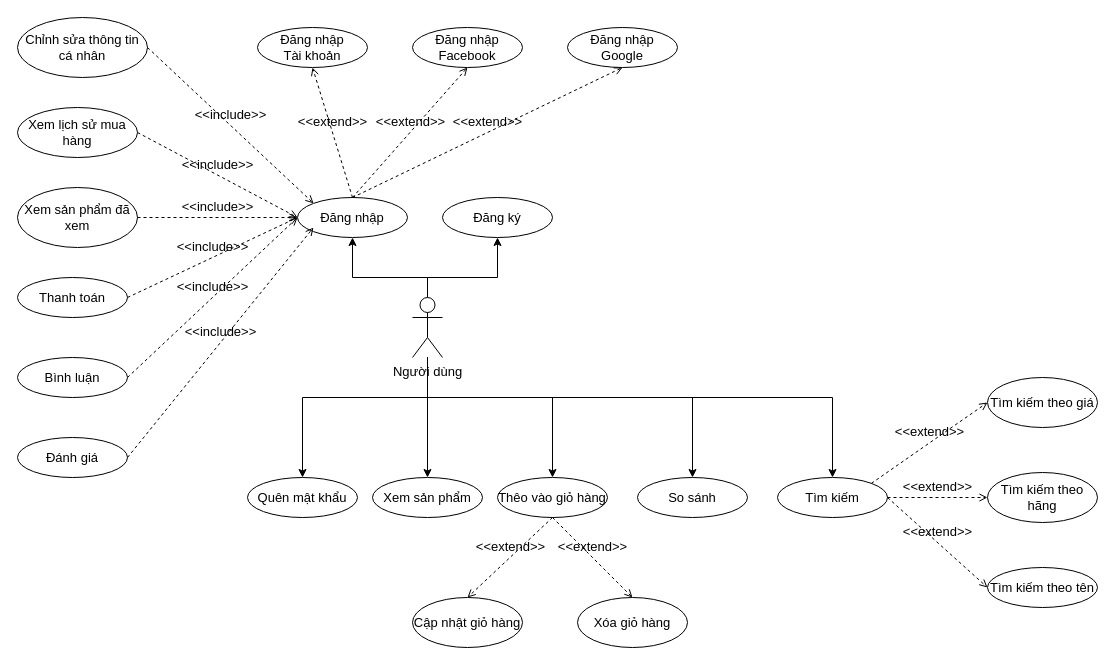
The draw.io diagram Use Case/usecase_user.drawio in LammVuu/DATT, before the edit. Source tidied: cells renumbered, new cells numbered last; positions are measured from the earlier drawing's top-left corner, leaving out a move shared by most shapes. Both pictures are drawn from the tidied source at 100%, with x=0, y=0 at pixel (17, 17).
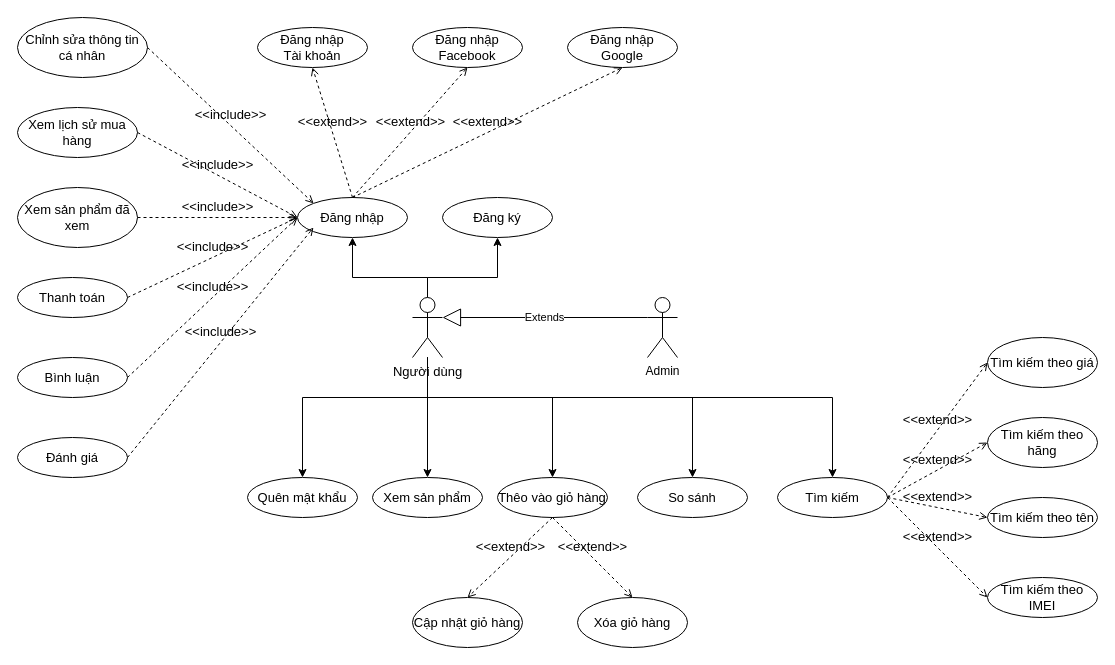
Above is the later version.

Unchanged cells that the change refers to:
```xml
<mxCell id="9" value="Người dùng" style="shape=umlActor;verticalLabelPosition=bottom;verticalAlign=top;html=1;fontSize=13;" parent="1" vertex="1">
  <mxGeometry x="395" y="280" width="30" height="60" as="geometry" />
</mxCell>
<mxCell id="20" value="Tìm kiếm" style="ellipse;whiteSpace=wrap;html=1;fontSize=13;" parent="1" vertex="1">
  <mxGeometry x="760" y="460" width="110" height="40" as="geometry" />
</mxCell>
```

The edit, as a diff of the source:
```diff
@@
     <mxCell id="21" value="Tìm kiếm theo tên" style="ellipse;whiteSpace=wrap;html=1;fontSize=13;" parent="1" vertex="1">
-      <mxGeometry x="970" y="550" width="110" height="40" as="geometry" />
+      <mxGeometry x="970" y="480" width="110" height="40" as="geometry" />
     </mxCell>
     <mxCell id="22" value="Tìm kiếm theo hãng" style="ellipse;whiteSpace=wrap;html=1;fontSize=13;" parent="1" vertex="1">
-      <mxGeometry x="970" y="455" width="110" height="50" as="geometry" />
+      <mxGeometry x="970" y="400" width="110" height="50" as="geometry" />
     </mxCell>
     <mxCell id="23" value="Tìm kiếm theo giá" style="ellipse;whiteSpace=wrap;html=1;fontSize=13;" parent="1" vertex="1">
-      <mxGeometry x="970" y="360" width="110" height="50" as="geometry" />
+      <mxGeometry x="970" y="320" width="110" height="50" as="geometry" />
     </mxCell>
@@
-    <mxCell id="34" value="&amp;lt;&amp;lt;extend&amp;gt;&amp;gt;" style="html=1;verticalAlign=bottom;labelBackgroundColor=none;endArrow=open;endFill=0;dashed=1;fontSize=13;entryX=0;entryY=0.5;entryDx=0;entryDy=0;exitX=1;exitY=0;exitDx=0;exitDy=0;" parent="1" edge="1" source="20" target="23">
+    <mxCell id="34" value="&amp;lt;&amp;lt;extend&amp;gt;&amp;gt;" style="html=1;verticalAlign=bottom;labelBackgroundColor=none;endArrow=open;endFill=0;dashed=1;fontSize=13;entryX=0;entryY=0.5;entryDx=0;entryDy=0;exitX=1;exitY=0.5;exitDx=0;exitDy=0;" parent="1" edge="1" source="20" target="23">
       <mxGeometry relative="1" as="geometry" />
     </mxCell>
@@
+    <mxCell id="45" value="Admin" style="shape=umlActor;verticalLabelPosition=bottom;verticalAlign=top;html=1;outlineConnect=0;" parent="1" vertex="1">
+      <mxGeometry x="630" y="280" width="30" height="60" as="geometry" />
+    </mxCell>
+    <mxCell id="46" value="Extends" style="endArrow=block;endSize=16;endFill=0;html=1;entryX=1;entryY=0.3333333333333333;entryDx=0;entryDy=0;entryPerimeter=0;exitX=0;exitY=0.3333333333333333;exitDx=0;exitDy=0;exitPerimeter=0;" parent="1" edge="1" source="45" target="9">
+      <mxGeometry relative="1" as="geometry" />
+    </mxCell>
+    <mxCell id="47" value="Tìm kiếm theo IMEI" style="ellipse;whiteSpace=wrap;html=1;fontSize=13;" parent="1" vertex="1">
+      <mxGeometry x="970" y="560" width="110" height="40" as="geometry" />
+    </mxCell>
+    <mxCell id="48" value="&amp;lt;&amp;lt;extend&amp;gt;&amp;gt;" style="html=1;verticalAlign=bottom;labelBackgroundColor=none;endArrow=open;endFill=0;dashed=1;fontSize=13;entryX=0;entryY=0.5;entryDx=0;entryDy=0;exitX=1;exitY=0.5;exitDx=0;exitDy=0;" parent="1" edge="1" source="20" target="47">
+      <mxGeometry relative="1" as="geometry" />
+    </mxCell>
```
